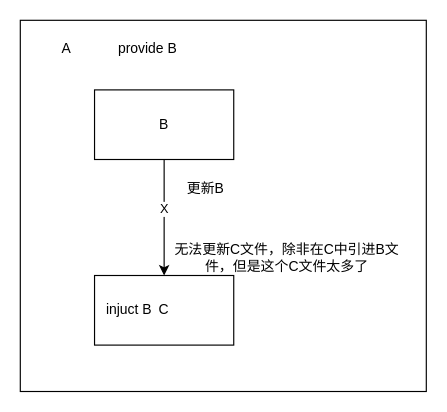
yuxinyu12345/diagrams keeps this draw.io diagram as Vite HRM问题.drawio. Above is the earlier version. Source tidied: cells renumbered, new cells numbered last; positions are measured from the earlier drawing's top-left corner, leaving out a move shared by most shapes. Both pictures are drawn from the tidied source at 116%, with x=0, y=0 at pixel (20, 20).
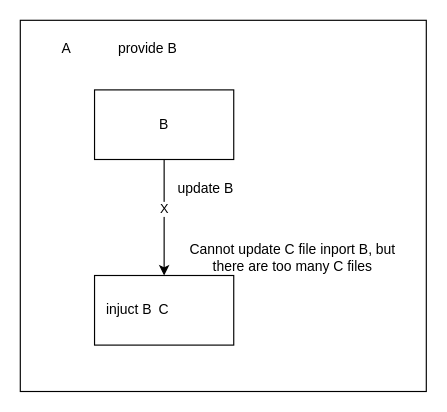
The same page after the edit.

The edit, as a diff of the source:
```diff
@@
 <mxGraphModel>
   <root>
     <mxCell id="0" />
     <mxCell id="1" parent="0" />
     <mxCell id="2" style="rounded=0;whiteSpace=wrap;html=1;" parent="1" vertex="1">
       <mxGeometry width="350" height="320" as="geometry" />
     </mxCell>
     <mxCell id="3" value="B" style="rounded=0;whiteSpace=wrap;html=1;" parent="1" vertex="1">
       <mxGeometry x="64" y="60" width="120" height="60" as="geometry" />
     </mxCell>
     <mxCell id="4" value="C" style="rounded=0;whiteSpace=wrap;html=1;" parent="1" vertex="1">
       <mxGeometry x="64" y="220" width="120" height="60" as="geometry" />
     </mxCell>
     <mxCell id="5" value="A" style="text;html=1;align=center;verticalAlign=middle;whiteSpace=wrap;rounded=0;" parent="1" vertex="1">
       <mxGeometry x="10" y="10" width="60" height="30" as="geometry" />
     </mxCell>
     <mxCell id="6" value="provide B" style="text;html=1;align=center;verticalAlign=middle;whiteSpace=wrap;rounded=0;" parent="1" vertex="1">
       <mxGeometry x="80" y="10" width="60" height="30" as="geometry" />
     </mxCell>
     <mxCell id="7" value="injuct B" style="text;html=1;align=center;verticalAlign=middle;whiteSpace=wrap;rounded=0;" parent="1" vertex="1">
       <mxGeometry x="64" y="235" width="60" height="30" as="geometry" />
     </mxCell>
     <mxCell id="8" style="endArrow=classic;html=1;rounded=0;exitX=0.5;exitY=1;exitDx=0;exitDy=0;entryX=0.5;entryY=0;entryDx=0;entryDy=0;" parent="1" edge="1" source="3" target="4">
       <mxGeometry relative="1" as="geometry" />
     </mxCell>
     <mxCell id="9" value="X" style="edgeLabel;html=1;align=center;verticalAlign=middle;" parent="8" vertex="1">
       <mxGeometry x="-0.16" y="-1" relative="1" as="geometry" />
     </mxCell>
-    <mxCell id="10" value="更新B" style="text;html=1;align=center;verticalAlign=middle;whiteSpace=wrap;rounded=0;" parent="1" vertex="1">
+    <mxCell id="10" value="update B" style="text;html=1;align=center;verticalAlign=middle;whiteSpace=wrap;rounded=0;" parent="1" vertex="1">
       <mxGeometry x="130" y="130" width="60" height="30" as="geometry" />
     </mxCell>
-    <mxCell id="11" value="无法更新C文件，除非在C中引进B文件，但是这个C文件太多了" style="text;html=1;align=center;verticalAlign=middle;whiteSpace=wrap;rounded=0;" parent="1" vertex="1">
-      <mxGeometry x="130" y="190" width="200" height="30" as="geometry" />
+    <mxCell id="11" value="Cannot update C file inport B, but there are too many C files" style="text;html=1;align=center;verticalAlign=middle;whiteSpace=wrap;rounded=0;" parent="1" vertex="1">
+      <mxGeometry x="130" y="190" width="210" height="30" as="geometry" />
     </mxCell>
   </root>
 </mxGraphModel>
```
